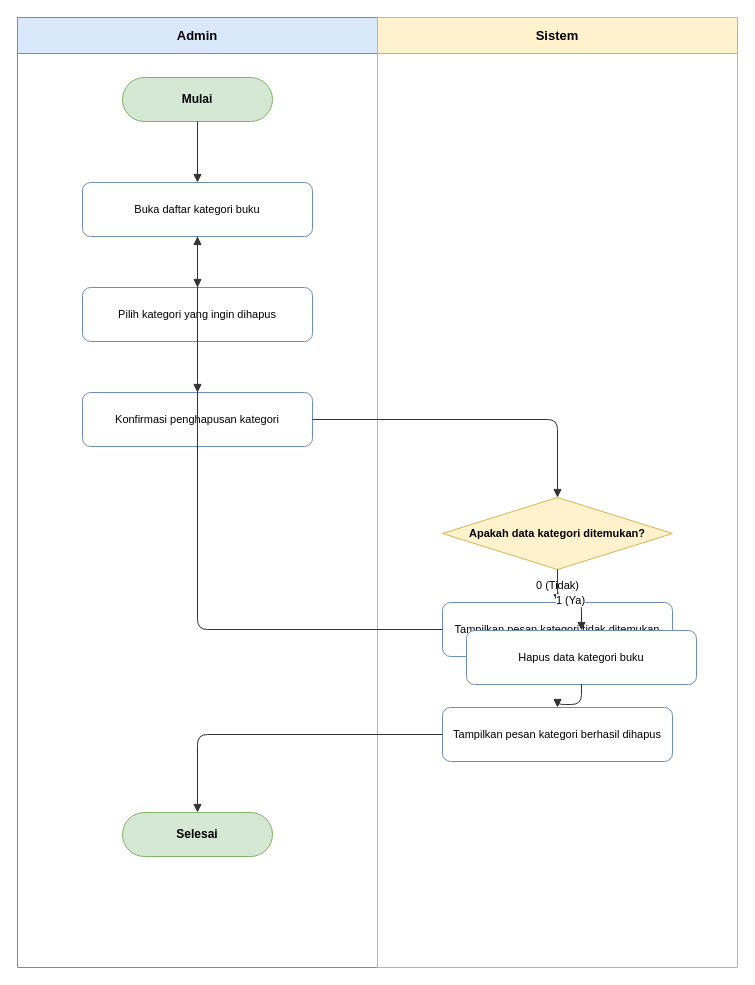
The draw.io diagram docs/diagrams/activity/activity-deletecategory.drawio in dimstyle/ruang-baca, before the edit. Source tidied: cells renumbered, new cells numbered last; positions are measured from the earlier drawing's top-left corner, leaving out a move shared by most shapes. Both pictures are drawn from the tidied source at 100%, with x=0, y=0 at pixel (17, 17).
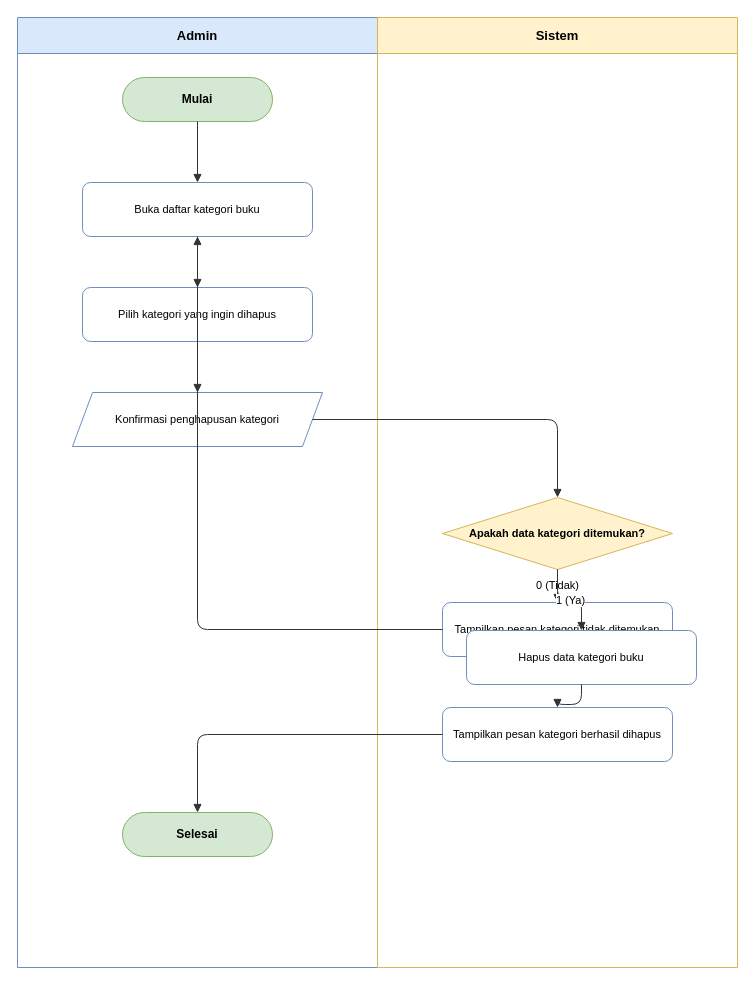
Above is the later version.

The change refers to these unchanged cells:
```xml
<mxCell id="2" value="Admin" style="swimlane;whiteSpace=wrap;html=1;startSize=36;fillColor=#dae8fc;strokeColor=#6c8ebf;fontStyle=1;fontSize=13;" parent="1" vertex="1">
  <mxGeometry width="360" height="950" as="geometry" />
</mxCell>
```

The edit, as a diff of the source:
```diff
@@
-    <mxCell id="7" value="Konfirmasi penghapusan kategori" style="rounded=1;whiteSpace=wrap;html=1;fillColor=#ffffff;strokeColor=#6c8ebf;fontSize=11;" parent="2" vertex="1">
-      <mxGeometry x="65" y="375" width="230" height="54" as="geometry" />
+    <mxCell id="7" value="Konfirmasi penghapusan kategori" style="shape=parallelogram;perimeter=parallelogramPerimeter;whiteSpace=wrap;html=1;fixedSize=1;fillColor=#ffffff;strokeColor=#6c8ebf;fontSize=11;" parent="2" vertex="1">
+      <mxGeometry x="55" y="375" width="250" height="54" as="geometry" />
     </mxCell>
```
